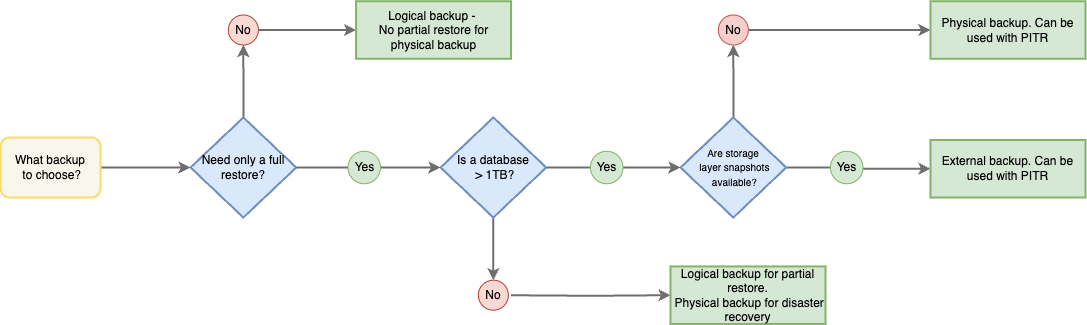
Before: docs/_images/backup-matrix.png, a diagram exported from draw.io (percona/pbm-docs). Source tidied: cells renumbered, new cells last; positions are measured from the earlier drawing's top-left corner, leaving out a move shared by most shapes. Its diagram source:
```xml
<mxGraphModel>
  <root>
    <mxCell id="0" />
    <mxCell id="1" parent="0" />
    <mxCell id="2" style="edgeStyle=orthogonalEdgeStyle;rounded=0;jettySize=auto;html=1;entryX=0;entryY=0.5;entryDx=0;entryDy=0;strokeColor=#6E6E6E;strokeWidth=2;" parent="1" edge="1" source="3" target="5">
      <mxGeometry relative="1" as="geometry" />
    </mxCell>
    <mxCell id="3" value="What backup&lt;div&gt;&amp;nbsp;to choose?&lt;/div&gt;" style="rounded=1;whiteSpace=wrap;html=1;fillColor=#f9f7ed;strokeColor=#FFD966;strokeWidth=2;" parent="1" vertex="1">
      <mxGeometry y="136" width="100" height="60" as="geometry" />
    </mxCell>
    <mxCell id="4" style="edgeStyle=orthogonalEdgeStyle;rounded=0;jettySize=auto;html=1;strokeColor=#6E6E6E;strokeWidth=2;" parent="1" edge="1" source="5" target="13">
      <mxGeometry relative="1" as="geometry" />
    </mxCell>
    <mxCell id="5" value="Need only a full restore?" style="rhombus;whiteSpace=wrap;html=1;fillColor=#dae8fc;strokeColor=#6c8ebf;strokeWidth=2;" parent="1" vertex="1">
      <mxGeometry x="190" y="116" width="105.7" height="100" as="geometry" />
    </mxCell>
    <mxCell id="6" style="edgeStyle=orthogonalEdgeStyle;rounded=0;jettySize=auto;html=1;exitX=0.5;exitY=1;exitDx=0;exitDy=0;entryX=0.5;entryY=0;entryDx=0;entryDy=0;strokeColor=#6E6E6E;strokeWidth=2;" parent="1" edge="1" source="7" target="26">
      <mxGeometry relative="1" as="geometry" />
    </mxCell>
    <mxCell id="7" value="Is a database&lt;div&gt;&amp;nbsp;&amp;gt; 1TB?&lt;/div&gt;" style="rhombus;whiteSpace=wrap;html=1;fillColor=#dae8fc;strokeColor=#6c8ebf;strokeWidth=2;" parent="1" vertex="1">
      <mxGeometry x="440" y="116" width="105.7" height="100" as="geometry" />
    </mxCell>
    <mxCell id="8" style="edgeStyle=orthogonalEdgeStyle;rounded=0;jettySize=auto;html=1;entryX=0;entryY=0.5;entryDx=0;entryDy=0;strokeColor=#6E6E6E;strokeWidth=2;" parent="1" edge="1" source="10" target="21">
      <mxGeometry relative="1" as="geometry" />
    </mxCell>
    <mxCell id="9" style="edgeStyle=orthogonalEdgeStyle;rounded=0;jettySize=auto;html=1;strokeColor=#6E6E6E;strokeWidth=2;" parent="1" edge="1" source="10" target="23">
      <mxGeometry relative="1" as="geometry" />
    </mxCell>
    <mxCell id="10" value="&lt;font style=&quot;font-size: 10px;&quot;&gt;Are storage&lt;/font&gt;&lt;div&gt;&lt;font style=&quot;font-size: 10px;&quot;&gt;&amp;nbsp;layer&lt;/font&gt;&lt;span style=&quot;font-size: 10px; background-color: initial;&quot;&gt;&amp;nbsp;snapshots&lt;/span&gt;&lt;/div&gt;&lt;div&gt;&lt;span style=&quot;font-size: 10px; background-color: initial;&quot;&gt;&amp;nbsp;available?&lt;/span&gt;&lt;/div&gt;" style="rhombus;whiteSpace=wrap;html=1;fillColor=#dae8fc;strokeColor=#6c8ebf;strokeWidth=2;" parent="1" vertex="1">
      <mxGeometry x="680" y="116" width="105.7" height="100" as="geometry" />
    </mxCell>
    <mxCell id="11" style="edgeStyle=orthogonalEdgeStyle;rounded=0;jettySize=auto;html=1;strokeColor=none;" parent="1" edge="1" source="5" target="17">
      <mxGeometry relative="1" as="geometry" />
    </mxCell>
    <mxCell id="12" style="edgeStyle=orthogonalEdgeStyle;rounded=0;jettySize=auto;html=1;entryX=0;entryY=0.5;entryDx=0;entryDy=0;strokeColor=#6E6E6E;strokeWidth=2;" parent="1" edge="1" source="13" target="14">
      <mxGeometry relative="1" as="geometry" />
    </mxCell>
    <mxCell id="13" value="No" style="ellipse;whiteSpace=wrap;html=1;fillColor=#fad9d5;strokeColor=#ae4132;" parent="1" vertex="1">
      <mxGeometry x="227.9" y="13.5" width="30" height="30" as="geometry" />
    </mxCell>
    <mxCell id="14" value="Logical backup -&amp;nbsp;&lt;div&gt;No partial restore for physical backup&lt;/div&gt;" style="rounded=0;whiteSpace=wrap;html=1;fillColor=#d5e8d4;strokeColor=#82b366;strokeWidth=2;" parent="1" vertex="1">
      <mxGeometry x="355.6" y="-0.2" width="155" height="57.5" as="geometry" />
    </mxCell>
    <mxCell id="15" style="edgeStyle=orthogonalEdgeStyle;rounded=0;jettySize=auto;html=1;strokeColor=#6E6E6E;strokeWidth=2;" parent="1" edge="1" target="25">
      <mxGeometry relative="1" as="geometry">
        <mxPoint x="510.5" y="293.8" as="sourcePoint" />
      </mxGeometry>
    </mxCell>
    <mxCell id="16" style="edgeStyle=orthogonalEdgeStyle;rounded=0;jettySize=auto;html=1;exitX=1;exitY=0.5;exitDx=0;exitDy=0;entryX=0;entryY=0.5;entryDx=0;entryDy=0;strokeColor=#6E6E6E;strokeWidth=2;" parent="1" edge="1" source="5" target="7">
      <mxGeometry relative="1" as="geometry" />
    </mxCell>
    <mxCell id="17" value="Yes" style="ellipse;whiteSpace=wrap;html=1;fillColor=#d5e8d4;strokeColor=#82b366;" parent="1" vertex="1">
      <mxGeometry x="347.5" y="149.8" width="32.5" height="32.5" as="geometry" />
    </mxCell>
    <mxCell id="18" style="edgeStyle=orthogonalEdgeStyle;rounded=0;jettySize=auto;html=1;exitX=1;exitY=0.5;exitDx=0;exitDy=0;entryX=0;entryY=0.5;entryDx=0;entryDy=0;strokeColor=#6E6E6E;strokeWidth=2;" parent="1" edge="1" source="7" target="10">
      <mxGeometry relative="1" as="geometry" />
    </mxCell>
    <mxCell id="19" value="Yes" style="ellipse;whiteSpace=wrap;html=1;fillColor=#d5e8d4;strokeColor=#82b366;" parent="1" vertex="1">
      <mxGeometry x="590" y="149.8" width="32.5" height="32.5" as="geometry" />
    </mxCell>
    <mxCell id="20" value="Yes" style="ellipse;whiteSpace=wrap;html=1;fillColor=#d5e8d4;strokeColor=#82b366;" parent="1" vertex="1">
      <mxGeometry x="830" y="149.8" width="32.5" height="32.5" as="geometry" />
    </mxCell>
    <mxCell id="21" value="External backup. Can be used with PITR" style="rounded=0;whiteSpace=wrap;html=1;fillColor=#d5e8d4;strokeColor=#82b366;strokeWidth=2;" parent="1" vertex="1">
      <mxGeometry x="930" y="138.5" width="155" height="57.5" as="geometry" />
    </mxCell>
    <mxCell id="22" style="edgeStyle=orthogonalEdgeStyle;rounded=0;jettySize=auto;html=1;exitX=1;exitY=0.5;exitDx=0;exitDy=0;entryX=0;entryY=0.5;entryDx=0;entryDy=0;strokeColor=#6E6E6E;strokeWidth=2;" parent="1" edge="1" source="23" target="24">
      <mxGeometry relative="1" as="geometry" />
    </mxCell>
    <mxCell id="23" value="No" style="ellipse;whiteSpace=wrap;html=1;fillColor=#f8cecc;strokeColor=#b85450;" parent="1" vertex="1">
      <mxGeometry x="717.9" y="13.5" width="30" height="30" as="geometry" />
    </mxCell>
    <mxCell id="24" value="Physical backup. Can be used with PITR" style="rounded=0;whiteSpace=wrap;html=1;fillColor=#d5e8d4;strokeColor=#82b366;strokeWidth=2;" parent="1" vertex="1">
      <mxGeometry x="930" y="-0.2" width="155" height="57.5" as="geometry" />
    </mxCell>
    <mxCell id="25" value="Logical backup for partial restore.&lt;div&gt;&amp;nbsp;Physical backup for disaster recovery&lt;/div&gt;" style="rounded=0;whiteSpace=wrap;html=1;fillColor=#d5e8d4;strokeColor=#82b366;strokeWidth=2;" parent="1" vertex="1">
      <mxGeometry x="670" y="264.9" width="155" height="57.5" as="geometry" />
    </mxCell>
    <mxCell id="26" value="No" style="ellipse;whiteSpace=wrap;html=1;fillColor=#fad9d5;strokeColor=#ae4132;" parent="1" vertex="1">
      <mxGeometry x="477.9" y="278.7" width="30" height="30" as="geometry" />
    </mxCell>
  </root>
</mxGraphModel>
```
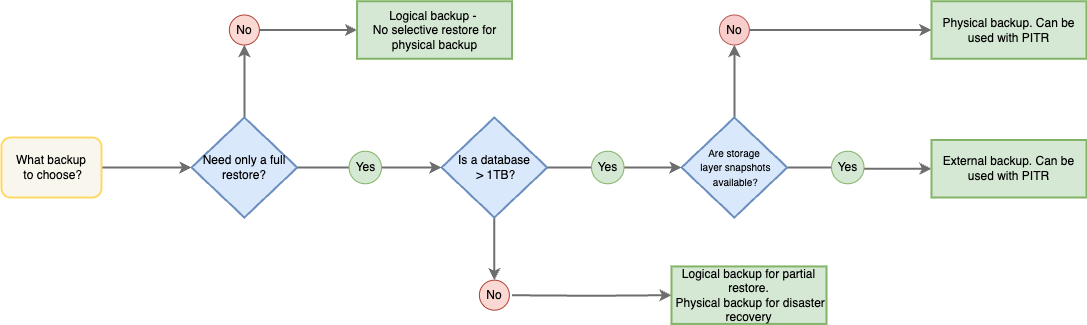
Later version of the same file.

The edit, as a diff of the source:
```diff
@@ -38,7 +38,7 @@
     <mxCell id="13" value="No" style="ellipse;whiteSpace=wrap;html=1;fillColor=#fad9d5;strokeColor=#ae4132;" parent="1" vertex="1">
       <mxGeometry x="227.9" y="13.5" width="30" height="30" as="geometry" />
     </mxCell>
-    <mxCell id="14" value="Logical backup -&amp;nbsp;&lt;div&gt;No partial restore for physical backup&lt;/div&gt;" style="rounded=0;whiteSpace=wrap;html=1;fillColor=#d5e8d4;strokeColor=#82b366;strokeWidth=2;" parent="1" vertex="1">
+    <mxCell id="14" value="Logical backup -&amp;nbsp;&lt;div&gt;No selective restore for physical backup&lt;/div&gt;" style="rounded=0;whiteSpace=wrap;html=1;fillColor=#d5e8d4;strokeColor=#82b366;strokeWidth=2;" parent="1" vertex="1">
       <mxGeometry x="355.6" y="-0.2" width="155" height="57.5" as="geometry" />
     </mxCell>
     <mxCell id="15" style="edgeStyle=orthogonalEdgeStyle;rounded=0;jettySize=auto;html=1;strokeColor=#6E6E6E;strokeWidth=2;" parent="1" edge="1" target="25">
```
